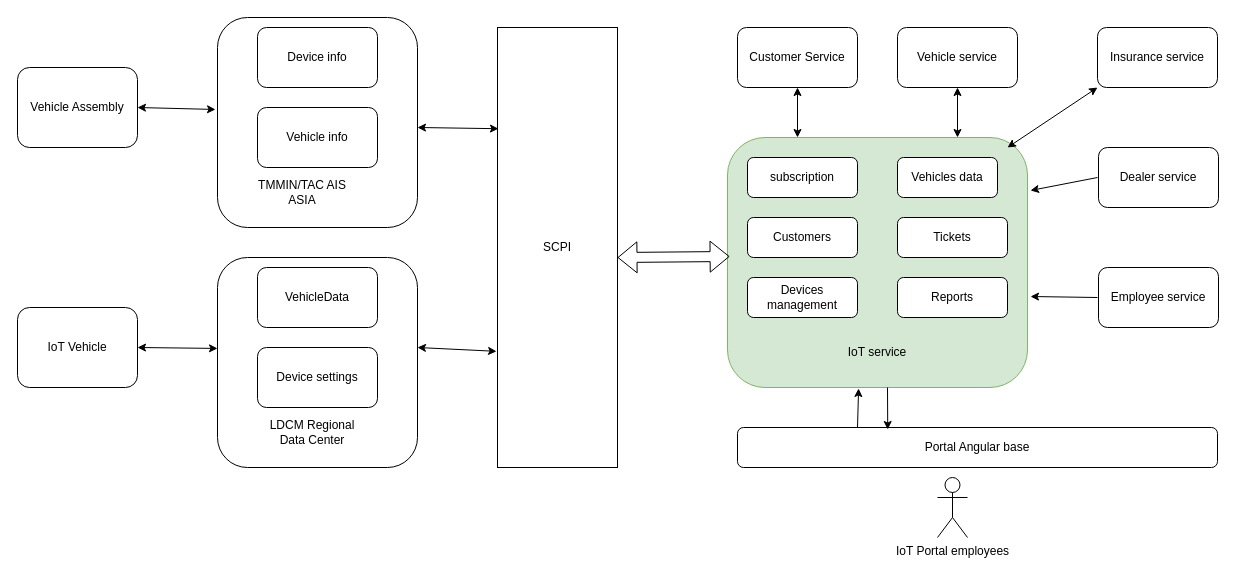
Above: page "IoT" (15 of 15) of Untitled Diagram.drawio in hoa89nguyen/testGIT (draw.io), before the change. Source tidied: cells renumbered, new cells numbered last; positions are measured from the earlier drawing's top-left corner, leaving out a move shared by most shapes. Both pictures are drawn from the tidied source at 100%, with x=0, y=0 at pixel (17, 17).
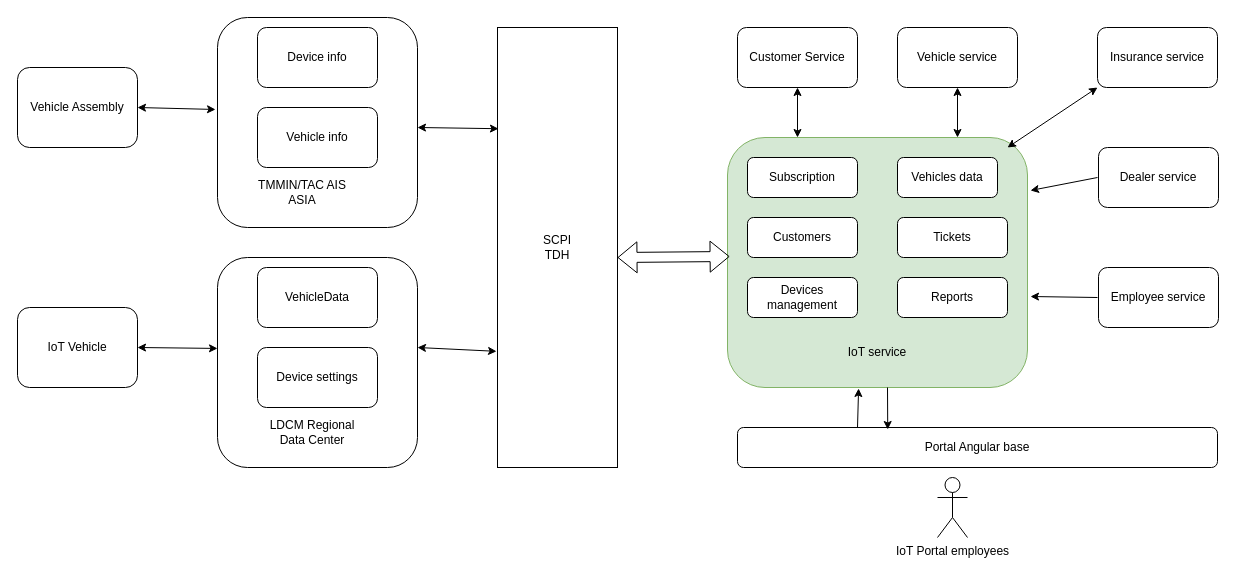
Above is the later version.

Change to the diagram source:
```diff
@@
-    <mxCell id="12" value="SCPI" style="rounded=0;whiteSpace=wrap;html=1;" parent="1" vertex="1">
+    <mxCell id="12" value="SCPI&lt;br&gt;TDH" style="rounded=0;whiteSpace=wrap;html=1;" parent="1" vertex="1">
       <mxGeometry x="480" y="10" width="120" height="440" as="geometry" />
     </mxCell>
@@
-    <mxCell id="22" value="subscription" style="rounded=1;whiteSpace=wrap;html=1;" parent="1" vertex="1">
+    <mxCell id="22" value="Subscription" style="rounded=1;whiteSpace=wrap;html=1;" parent="1" vertex="1">
       <mxGeometry x="730" y="140" width="110" height="40" as="geometry" />
     </mxCell>
```
